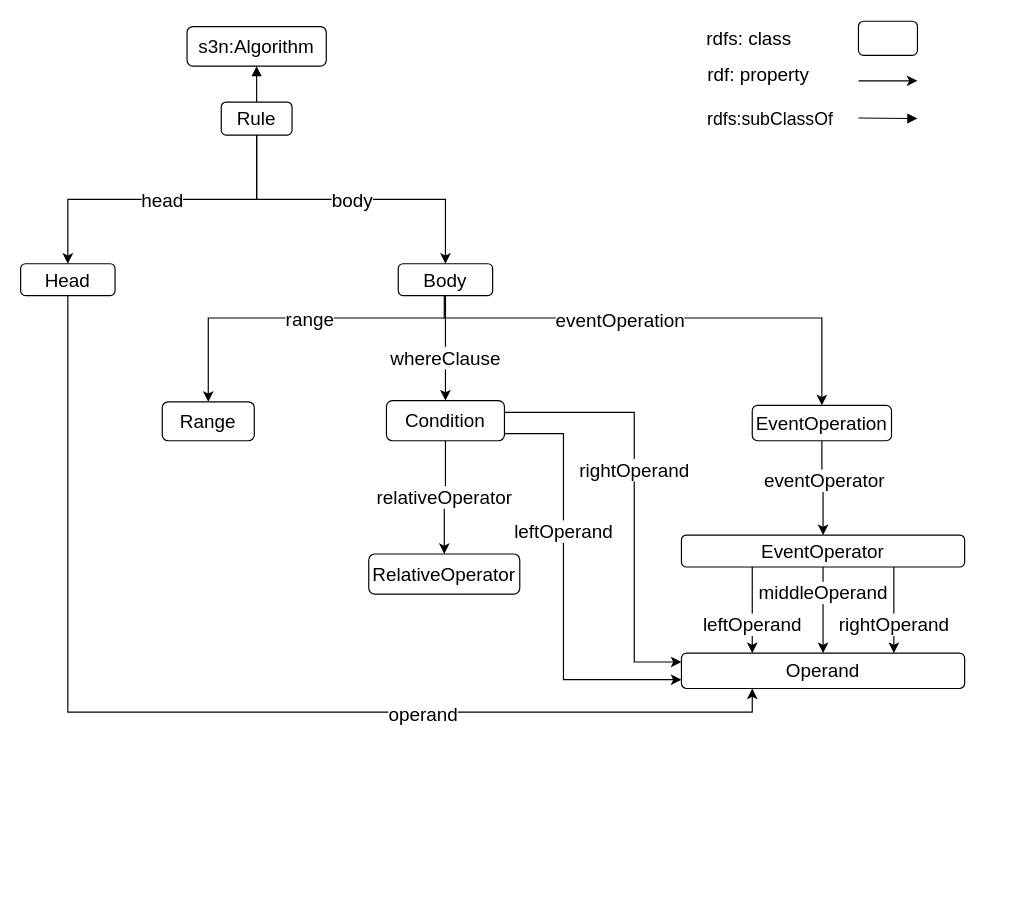
Above: Untitled Diagram.drawio in Haoyu-R/appendix (draw.io), before the change. Source tidied: cells renumbered, new cells numbered last; positions are measured from the earlier drawing's top-left corner, leaving out a move shared by most shapes. Both pictures are drawn from the tidied source at 118%, with x=0, y=0 at pixel (20, 20).
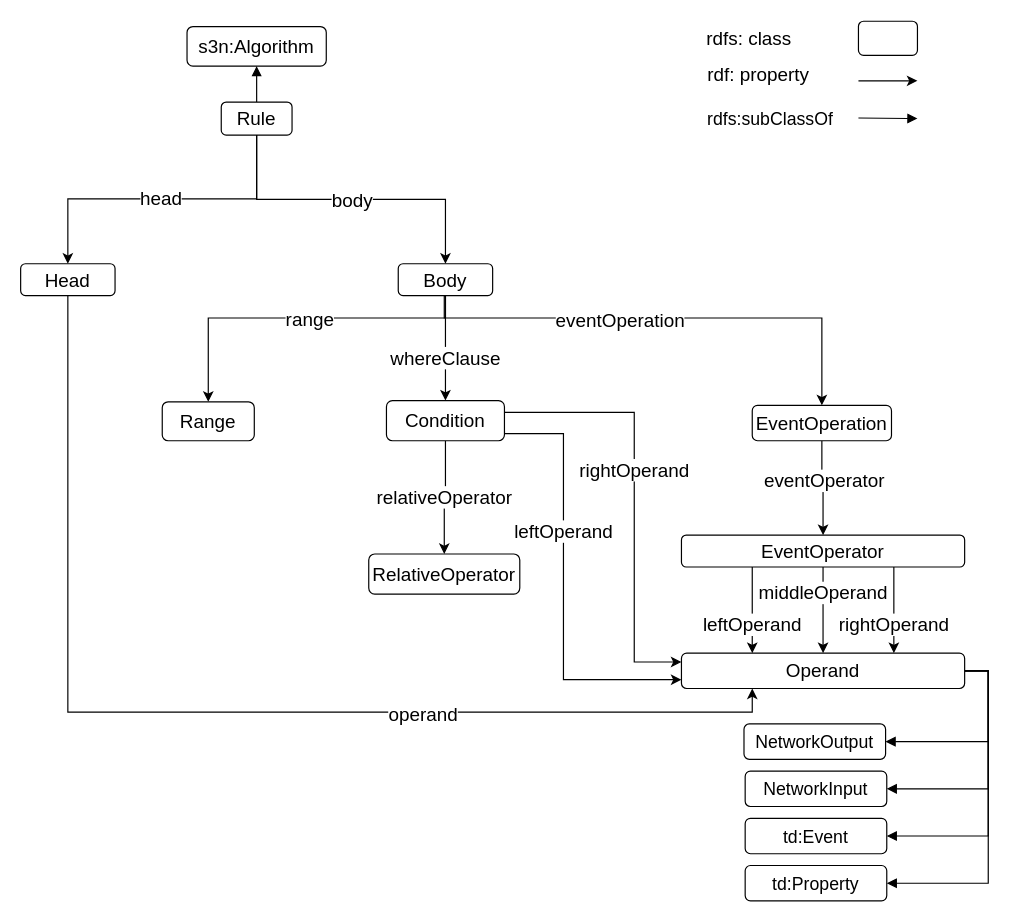
The same page after the edit.

The change refers to these unchanged cells:
```xml
<mxCell id="5" value="Rule" style="rounded=1;whiteSpace=wrap;html=1;fontSize=16;" parent="1" vertex="1">
  <mxGeometry x="170" y="69" width="60" height="28" as="geometry" />
</mxCell>
<mxCell id="8" value="Head" style="rounded=1;whiteSpace=wrap;html=1;fontSize=16;" parent="1" vertex="1">
  <mxGeometry y="206" width="80" height="27" as="geometry" />
</mxCell>
<mxCell id="28" value="&lt;font style=&quot;font-size: 16px;&quot;&gt;Operand&lt;/font&gt;" style="rounded=1;whiteSpace=wrap;html=1;fontSize=16;" parent="1" vertex="1">
  <mxGeometry x="560" y="536" width="240" height="30" as="geometry" />
</mxCell>
```

Change to the diagram source:
```diff
@@
     <mxCell id="2" value="&lt;div style=&quot;font-size: 16px;&quot;&gt;head&lt;/div&gt;" style="edgeStyle=orthogonalEdgeStyle;rounded=0;jettySize=auto;html=1;exitX=0.5;exitY=1;exitDx=0;exitDy=0;entryX=0.5;entryY=0;entryDx=0;entryDy=0;fontSize=16;" parent="1" edge="1" source="5" target="8">
-      <mxGeometry relative="1" as="geometry" />
+      <mxGeometry relative="1" as="geometry">
+        <Array as="points">
+          <mxPoint x="200" y="151" />
+          <mxPoint x="40" y="151" />
+        </Array>
+      </mxGeometry>
     </mxCell>
@@
+    <mxCell id="36" style="edgeStyle=orthogonalEdgeStyle;rounded=0;jettySize=auto;html=1;exitX=1;exitY=0.5;exitDx=0;exitDy=0;entryX=1;entryY=0.5;entryDx=0;entryDy=0;endArrow=block;endFill=1;" parent="1" edge="1" source="28" target="40">
+      <mxGeometry relative="1" as="geometry" />
+    </mxCell>
+    <mxCell id="37" style="edgeStyle=orthogonalEdgeStyle;rounded=0;jettySize=auto;html=1;exitX=1;exitY=0.5;exitDx=0;exitDy=0;entryX=1;entryY=0.5;entryDx=0;entryDy=0;endArrow=block;endFill=1;" parent="1" edge="1" source="28" target="41">
+      <mxGeometry relative="1" as="geometry" />
+    </mxCell>
+    <mxCell id="38" style="edgeStyle=orthogonalEdgeStyle;rounded=0;jettySize=auto;html=1;exitX=1;exitY=0.5;exitDx=0;exitDy=0;entryX=1;entryY=0.5;entryDx=0;entryDy=0;endArrow=block;endFill=1;" parent="1" edge="1" source="28" target="42">
+      <mxGeometry relative="1" as="geometry" />
+    </mxCell>
+    <mxCell id="39" style="edgeStyle=orthogonalEdgeStyle;rounded=0;jettySize=auto;html=1;exitX=1;exitY=0.5;exitDx=0;exitDy=0;entryX=1;entryY=0.5;entryDx=0;entryDy=0;endArrow=block;endFill=1;" parent="1" edge="1" source="28" target="43">
+      <mxGeometry relative="1" as="geometry" />
+    </mxCell>
@@
+    <mxCell id="40" value="NetworkOutput" style="rounded=1;whiteSpace=wrap;html=1;fontSize=15;" parent="1" vertex="1">
+      <mxGeometry x="613" y="596" width="120" height="30" as="geometry" />
+    </mxCell>
+    <mxCell id="41" value="NetworkInput" style="rounded=1;whiteSpace=wrap;html=1;fontSize=15;" parent="1" vertex="1">
+      <mxGeometry x="614" y="636" width="120" height="30" as="geometry" />
+    </mxCell>
+    <mxCell id="42" value="td:Event" style="rounded=1;whiteSpace=wrap;html=1;fontSize=15;" parent="1" vertex="1">
+      <mxGeometry x="614" y="676" width="120" height="30" as="geometry" />
+    </mxCell>
+    <mxCell id="43" value="td:Property" style="rounded=1;whiteSpace=wrap;html=1;fontSize=15;" parent="1" vertex="1">
+      <mxGeometry x="614" y="716" width="120" height="30" as="geometry" />
+    </mxCell>
```
